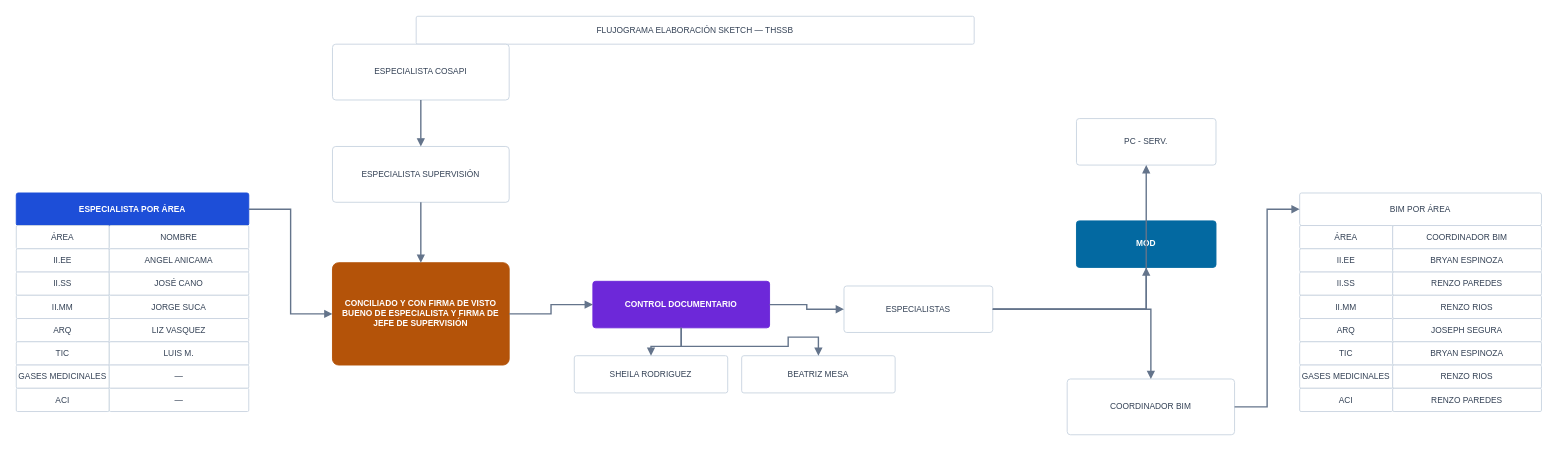
Above: flujogramas_v2/FS_Llata_02.drawio in ehchavezm-hub/15-otazangaro (draw.io), before the change. Source tidied: cells renumbered, new cells numbered last; positions are measured from the earlier drawing's top-left corner, leaving out a move shared by most shapes. Both pictures are drawn from the tidied source at 93%, with x=0, y=0 at pixel (16, 16).
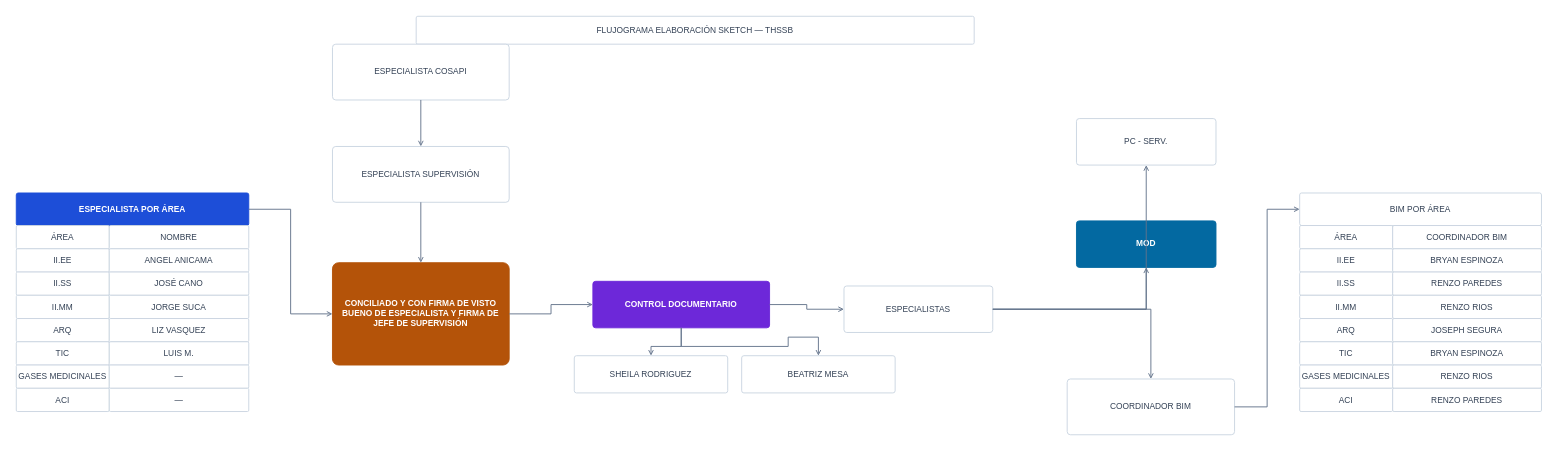
The same diagram, later.

Unchanged cells that the change refers to:
```xml
<mxCell id="3" value="ESPECIALISTA POR ÁREA" style="rounded=1;arcSize=6;whiteSpace=wrap;html=1;fontFamily=Helvetica;fontSize=9;fontStyle=1;fillColor=#1D4ED8;strokeColor=#1D4ED8;fontColor=#FFFFFF;strokeWidth=1;" parent="1" vertex="1">
  <mxGeometry y="190" width="250" height="35" as="geometry" />
</mxCell>
<mxCell id="20" value="ESPECIALISTA COSAPI" style="rounded=1;arcSize=6;whiteSpace=wrap;html=1;fontFamily=Helvetica;fontSize=9;fillColor=#FFFFFF;strokeColor=#CBD5E1;fontColor=#334155;strokeWidth=1;" parent="1" vertex="1">
  <mxGeometry x="340" y="30" width="190" height="60" as="geometry" />
</mxCell>
<mxCell id="21" value="ESPECIALISTA SUPERVISIÓN" style="rounded=1;arcSize=6;whiteSpace=wrap;html=1;fontFamily=Helvetica;fontSize=9;fillColor=#FFFFFF;strokeColor=#CBD5E1;fontColor=#334155;strokeWidth=1;" parent="1" vertex="1">
  <mxGeometry x="340" y="140" width="190" height="60" as="geometry" />
</mxCell>
<mxCell id="22" value="CONCILIADO Y CON FIRMA DE VISTO BUENO DE ESPECIALISTA Y FIRMA DE JEFE DE SUPERVISIÓN" style="rounded=1;arcSize=6;whiteSpace=wrap;html=1;fontFamily=Helvetica;fontSize=9;fontStyle=1;fillColor=#B45309;strokeColor=#B45309;fontColor=#FFFFFF;strokeWidth=1;" parent="1" vertex="1">
  <mxGeometry x="340" y="265" width="190" height="110" as="geometry" />
</mxCell>
<mxCell id="23" value="CONTROL DOCUMENTARIO" style="rounded=1;arcSize=6;whiteSpace=wrap;html=1;fontFamily=Helvetica;fontSize=9;fontStyle=1;fillColor=#6D28D9;strokeColor=#6D28D9;fontColor=#FFFFFF;strokeWidth=1;" parent="1" vertex="1">
  <mxGeometry x="620" y="285" width="190" height="50" as="geometry" />
</mxCell>
<mxCell id="24" value="SHEILA RODRIGUEZ" style="rounded=1;arcSize=6;whiteSpace=wrap;html=1;fontFamily=Helvetica;fontSize=9;fillColor=#FFFFFF;strokeColor=#CBD5E1;fontColor=#334155;strokeWidth=1;" parent="1" vertex="1">
  <mxGeometry x="600" y="365" width="165" height="40" as="geometry" />
</mxCell>
<mxCell id="25" value="BEATRIZ MESA" style="rounded=1;arcSize=6;whiteSpace=wrap;html=1;fontFamily=Helvetica;fontSize=9;fillColor=#FFFFFF;strokeColor=#CBD5E1;fontColor=#334155;strokeWidth=1;" parent="1" vertex="1">
  <mxGeometry x="780" y="365" width="165" height="40" as="geometry" />
</mxCell>
<mxCell id="26" value="ESPECIALISTAS" style="rounded=1;arcSize=6;whiteSpace=wrap;html=1;fontFamily=Helvetica;fontSize=9;fillColor=#FFFFFF;strokeColor=#CBD5E1;fontColor=#334155;strokeWidth=1;" parent="1" vertex="1">
  <mxGeometry x="890" y="290" width="160" height="50" as="geometry" />
</mxCell>
<mxCell id="27" value="PC - SERV." style="rounded=1;arcSize=6;whiteSpace=wrap;html=1;fontFamily=Helvetica;fontSize=9;fillColor=#FFFFFF;strokeColor=#CBD5E1;fontColor=#334155;strokeWidth=1;" parent="1" vertex="1">
  <mxGeometry x="1140" y="110" width="150" height="50" as="geometry" />
</mxCell>
<mxCell id="28" value="MOD" style="rounded=1;arcSize=6;whiteSpace=wrap;html=1;fontFamily=Helvetica;fontSize=9;fontStyle=1;fillColor=#0369A1;strokeColor=#0369A1;fontColor=#FFFFFF;strokeWidth=1;" parent="1" vertex="1">
  <mxGeometry x="1140" y="220" width="150" height="50" as="geometry" />
</mxCell>
<mxCell id="29" value="COORDINADOR BIM" style="rounded=1;arcSize=6;whiteSpace=wrap;html=1;fontFamily=Helvetica;fontSize=9;fillColor=#FFFFFF;strokeColor=#CBD5E1;fontColor=#334155;strokeWidth=1;" parent="1" vertex="1">
  <mxGeometry x="1130" y="390" width="180" height="60" as="geometry" />
</mxCell>
<mxCell id="30" value="BIM POR ÁREA" style="rounded=1;arcSize=6;whiteSpace=wrap;html=1;fontFamily=Helvetica;fontSize=9;fillColor=#FFFFFF;strokeColor=#CBD5E1;fontColor=#334155;strokeWidth=1;" parent="1" vertex="1">
  <mxGeometry x="1380" y="190" width="260" height="35" as="geometry" />
</mxCell>
```

Diff of the diagram source:
```diff
@@
-    <mxCell id="47" style="edgeStyle=orthogonalEdgeStyle;rounded=0;jettySize=auto;html=1;strokeColor=#64748B;strokeWidth=1.5;endArrow=block;endFill=1;endSize=5;fontFamily=Helvetica;fontSize=8;fontStyle=0;fontColor=#475569;exitX=1;exitY=0.5;exitDx=0;exitDy=0;entryX=0;entryY=0.5;entryDx=0;entryDy=0;" parent="1" edge="1" source="3" target="22">
+    <mxCell id="47" style="edgeStyle=orthogonalEdgeStyle;rounded=0;jettySize=auto;html=1;strokeColor=#64748B;strokeWidth=1;endArrow=open;endFill=0;endSize=4;fontFamily=Helvetica;fontSize=7;fontStyle=0;fontColor=#475569;exitX=1;exitY=0.5;exitDx=0;exitDy=0;entryX=0;entryY=0.5;entryDx=0;entryDy=0;" parent="1" edge="1" source="3" target="22">
       <mxGeometry relative="1" as="geometry" />
     </mxCell>
-    <mxCell id="48" style="edgeStyle=orthogonalEdgeStyle;rounded=0;jettySize=auto;html=1;strokeColor=#64748B;strokeWidth=1.5;endArrow=block;endFill=1;endSize=5;fontFamily=Helvetica;fontSize=8;fontStyle=0;fontColor=#475569;" parent="1" edge="1" source="20" target="21">
+    <mxCell id="48" style="edgeStyle=orthogonalEdgeStyle;rounded=0;jettySize=auto;html=1;strokeColor=#64748B;strokeWidth=1;endArrow=open;endFill=0;endSize=4;fontFamily=Helvetica;fontSize=7;fontStyle=0;fontColor=#475569;" parent="1" edge="1" source="20" target="21">
       <mxGeometry relative="1" as="geometry" />
     </mxCell>
-    <mxCell id="49" style="edgeStyle=orthogonalEdgeStyle;rounded=0;jettySize=auto;html=1;strokeColor=#64748B;strokeWidth=1.5;endArrow=block;endFill=1;endSize=5;fontFamily=Helvetica;fontSize=8;fontStyle=0;fontColor=#475569;" parent="1" edge="1" source="21" target="22">
+    <mxCell id="49" style="edgeStyle=orthogonalEdgeStyle;rounded=0;jettySize=auto;html=1;strokeColor=#64748B;strokeWidth=1;endArrow=open;endFill=0;endSize=4;fontFamily=Helvetica;fontSize=7;fontStyle=0;fontColor=#475569;" parent="1" edge="1" source="21" target="22">
       <mxGeometry relative="1" as="geometry" />
     </mxCell>
-    <mxCell id="50" style="edgeStyle=orthogonalEdgeStyle;rounded=0;jettySize=auto;html=1;strokeColor=#64748B;strokeWidth=1.5;endArrow=block;endFill=1;endSize=5;fontFamily=Helvetica;fontSize=8;fontStyle=0;fontColor=#475569;exitX=1;exitY=0.5;exitDx=0;exitDy=0;entryX=0;entryY=0.5;entryDx=0;entryDy=0;" parent="1" edge="1" source="22" target="23">
+    <mxCell id="50" style="edgeStyle=orthogonalEdgeStyle;rounded=0;jettySize=auto;html=1;strokeColor=#64748B;strokeWidth=1;endArrow=open;endFill=0;endSize=4;fontFamily=Helvetica;fontSize=7;fontStyle=0;fontColor=#475569;exitX=1;exitY=0.5;exitDx=0;exitDy=0;entryX=0;entryY=0.5;entryDx=0;entryDy=0;" parent="1" edge="1" source="22" target="23">
       <mxGeometry relative="1" as="geometry" />
     </mxCell>
-    <mxCell id="51" style="edgeStyle=orthogonalEdgeStyle;rounded=0;jettySize=auto;html=1;strokeColor=#64748B;strokeWidth=1.5;endArrow=block;endFill=1;endSize=5;fontFamily=Helvetica;fontSize=8;fontStyle=0;fontColor=#475569;" parent="1" edge="1" source="23" target="24">
+    <mxCell id="51" style="edgeStyle=orthogonalEdgeStyle;rounded=0;jettySize=auto;html=1;strokeColor=#64748B;strokeWidth=1;endArrow=open;endFill=0;endSize=4;fontFamily=Helvetica;fontSize=7;fontStyle=0;fontColor=#475569;" parent="1" edge="1" source="23" target="24">
       <mxGeometry relative="1" as="geometry" />
     </mxCell>
-    <mxCell id="52" style="edgeStyle=orthogonalEdgeStyle;rounded=0;jettySize=auto;html=1;strokeColor=#64748B;strokeWidth=1.5;endArrow=block;endFill=1;endSize=5;fontFamily=Helvetica;fontSize=8;fontStyle=0;fontColor=#475569;" parent="1" edge="1" source="23" target="25">
+    <mxCell id="52" style="edgeStyle=orthogonalEdgeStyle;rounded=0;jettySize=auto;html=1;strokeColor=#64748B;strokeWidth=1;endArrow=open;endFill=0;endSize=4;fontFamily=Helvetica;fontSize=7;fontStyle=0;fontColor=#475569;" parent="1" edge="1" source="23" target="25">
       <mxGeometry relative="1" as="geometry" />
     </mxCell>
-    <mxCell id="53" style="edgeStyle=orthogonalEdgeStyle;rounded=0;jettySize=auto;html=1;strokeColor=#64748B;strokeWidth=1.5;endArrow=block;endFill=1;endSize=5;fontFamily=Helvetica;fontSize=8;fontStyle=0;fontColor=#475569;exitX=1;exitY=0.5;exitDx=0;exitDy=0;entryX=0;entryY=0.5;entryDx=0;entryDy=0;" parent="1" edge="1" source="23" target="26">
+    <mxCell id="53" style="edgeStyle=orthogonalEdgeStyle;rounded=0;jettySize=auto;html=1;strokeColor=#64748B;strokeWidth=1;endArrow=open;endFill=0;endSize=4;fontFamily=Helvetica;fontSize=7;fontStyle=0;fontColor=#475569;exitX=1;exitY=0.5;exitDx=0;exitDy=0;entryX=0;entryY=0.5;entryDx=0;entryDy=0;" parent="1" edge="1" source="23" target="26">
       <mxGeometry relative="1" as="geometry" />
     </mxCell>
-    <mxCell id="54" style="edgeStyle=orthogonalEdgeStyle;rounded=0;jettySize=auto;html=1;strokeColor=#64748B;strokeWidth=1.5;endArrow=block;endFill=1;endSize=5;fontFamily=Helvetica;fontSize=8;fontStyle=0;fontColor=#475569;" parent="1" edge="1" source="26" target="27">
+    <mxCell id="54" style="edgeStyle=orthogonalEdgeStyle;rounded=0;jettySize=auto;html=1;strokeColor=#64748B;strokeWidth=1;endArrow=open;endFill=0;endSize=4;fontFamily=Helvetica;fontSize=7;fontStyle=0;fontColor=#475569;" parent="1" edge="1" source="26" target="27">
       <mxGeometry relative="1" as="geometry" />
     </mxCell>
-    <mxCell id="55" style="edgeStyle=orthogonalEdgeStyle;rounded=0;jettySize=auto;html=1;strokeColor=#64748B;strokeWidth=1.5;endArrow=block;endFill=1;endSize=5;fontFamily=Helvetica;fontSize=8;fontStyle=0;fontColor=#475569;" parent="1" edge="1" source="26" target="28">
+    <mxCell id="55" style="edgeStyle=orthogonalEdgeStyle;rounded=0;jettySize=auto;html=1;strokeColor=#64748B;strokeWidth=1;endArrow=open;endFill=0;endSize=4;fontFamily=Helvetica;fontSize=7;fontStyle=0;fontColor=#475569;" parent="1" edge="1" source="26" target="28">
       <mxGeometry relative="1" as="geometry" />
     </mxCell>
-    <mxCell id="56" style="edgeStyle=orthogonalEdgeStyle;rounded=0;jettySize=auto;html=1;strokeColor=#64748B;strokeWidth=1.5;endArrow=block;endFill=1;endSize=5;fontFamily=Helvetica;fontSize=8;fontStyle=0;fontColor=#475569;" parent="1" edge="1" source="26" target="29">
+    <mxCell id="56" style="edgeStyle=orthogonalEdgeStyle;rounded=0;jettySize=auto;html=1;strokeColor=#64748B;strokeWidth=1;endArrow=open;endFill=0;endSize=4;fontFamily=Helvetica;fontSize=7;fontStyle=0;fontColor=#475569;" parent="1" edge="1" source="26" target="29">
       <mxGeometry relative="1" as="geometry" />
     </mxCell>
-    <mxCell id="57" style="edgeStyle=orthogonalEdgeStyle;rounded=0;jettySize=auto;html=1;strokeColor=#64748B;strokeWidth=1.5;endArrow=block;endFill=1;endSize=5;fontFamily=Helvetica;fontSize=8;fontStyle=0;fontColor=#475569;exitX=1;exitY=0.5;exitDx=0;exitDy=0;entryX=0;entryY=0.5;entryDx=0;entryDy=0;" parent="1" edge="1" source="29" target="30">
+    <mxCell id="57" style="edgeStyle=orthogonalEdgeStyle;rounded=0;jettySize=auto;html=1;strokeColor=#64748B;strokeWidth=1;endArrow=open;endFill=0;endSize=4;fontFamily=Helvetica;fontSize=7;fontStyle=0;fontColor=#475569;exitX=1;exitY=0.5;exitDx=0;exitDy=0;entryX=0;entryY=0.5;entryDx=0;entryDy=0;" parent="1" edge="1" source="29" target="30">
       <mxGeometry relative="1" as="geometry" />
     </mxCell>
```
